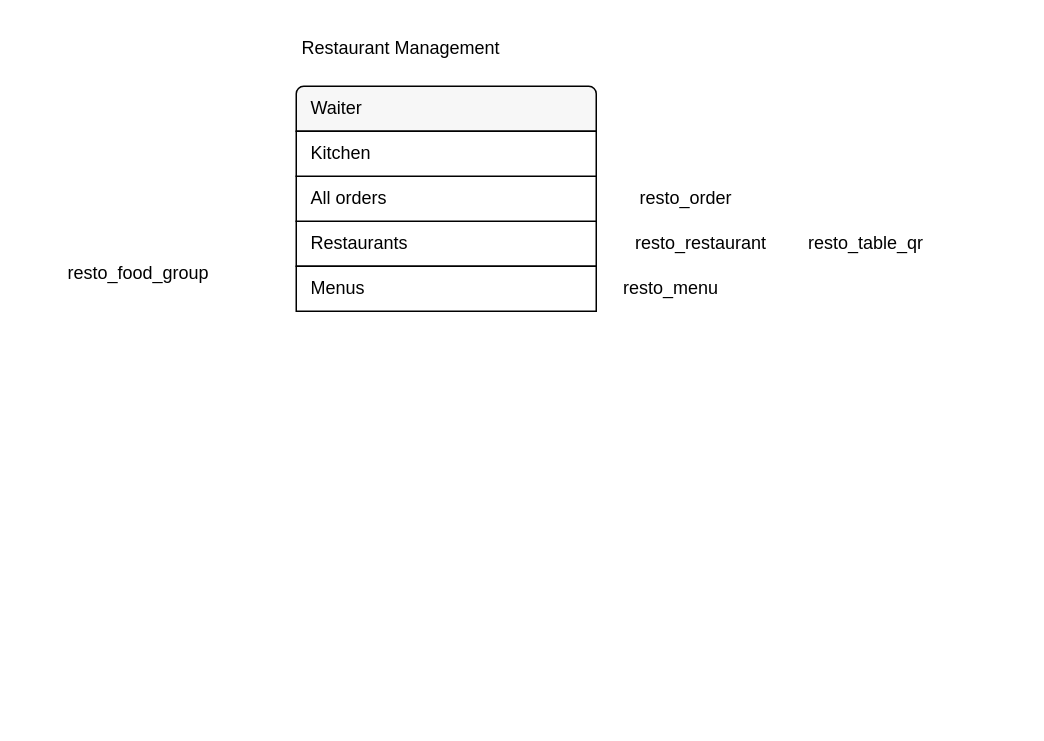
Before: page "Restaurant" (1 of 2) of restaurant_order.drawio in letrthang/design, a draw.io diagram. Source tidied: cells renumbered, new cells numbered last; positions are measured from the earlier drawing's top-left corner, leaving out a move shared by most shapes. Both pictures are drawn from the tidied source at 150%, with x=0, y=0 at pixel (26, 26).
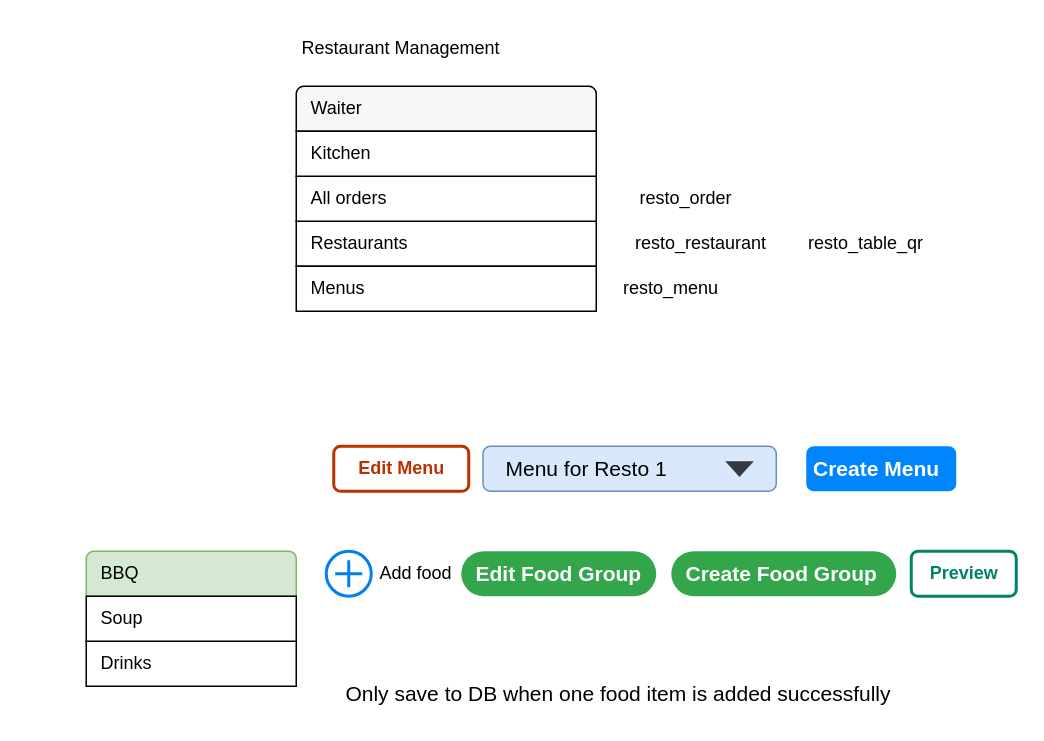
Above is the later version.

Diff of the diagram source:
```diff
@@
-    <mxCell id="8" value="resto_food_group" style="text;html=1;strokeColor=none;fillColor=none;align=center;verticalAlign=middle;whiteSpace=wrap;rounded=0;" parent="1" vertex="1">
-      <mxGeometry y="150" width="150" height="30" as="geometry" />
-    </mxCell>
@@
+    <mxCell id="13" value="Create Food Group" style="rounded=1;whiteSpace=wrap;html=1;arcSize=50;strokeColor=none;strokeWidth=1;fillColor=#33A64C;fontColor=#FFFFFF;whiteSpace=wrap;align=left;verticalAlign=middle;spacingLeft=0;fontStyle=1;fontSize=14;spacing=10;" parent="1" vertex="1">
+      <mxGeometry x="430" y="350" width="150" height="30" as="geometry" />
+    </mxCell>
+    <mxCell id="14" value="Create Menu" style="html=1;shadow=0;dashed=0;shape=mxgraph.bootstrap.rrect;rSize=5;strokeColor=none;strokeWidth=1;fillColor=#0085FC;fontColor=#FFFFFF;whiteSpace=wrap;align=left;verticalAlign=middle;spacingLeft=0;fontStyle=1;fontSize=14;spacing=5;" parent="1" vertex="1">
+      <mxGeometry x="520" y="280" width="100" height="30" as="geometry" />
+    </mxCell>
+    <mxCell id="15" value="Menu for Resto 1" style="html=1;shadow=0;dashed=0;shape=mxgraph.bootstrap.rrect;rSize=5;strokeColor=#6c8ebf;html=1;whiteSpace=wrap;fillColor=#dae8fc;align=left;spacing=15;fontSize=14;" parent="1" vertex="1">
+      <mxGeometry x="304.5" y="280" width="195.5" height="30" as="geometry" />
+    </mxCell>
+    <mxCell id="16" style="shape=triangle;direction=south;fillColor=#343A40;strokeColor=none;perimeter=none;" parent="15" vertex="1">
+      <mxGeometry x="1" y="0.5" width="19" height="10.5" relative="1" as="geometry">
+        <mxPoint x="-34" y="-5" as="offset" />
+      </mxGeometry>
+    </mxCell>
+    <mxCell id="17" value="BBQ" style="html=1;shadow=0;dashed=0;shape=mxgraph.bootstrap.topButton;strokeColor=#82b366;fillColor=#d5e8d4;rSize=5;perimeter=none;whiteSpace=wrap;align=left;spacing=10;" parent="1" vertex="1">
+      <mxGeometry x="40" y="350" width="140" height="30" as="geometry" />
+    </mxCell>
+    <mxCell id="18" value="Drinks" style="strokeColor=inherit;fillColor=inherit;gradientColor=inherit;fontColor=inherit;html=1;shadow=0;dashed=0;perimeter=none;whiteSpace=wrap;align=left;spacing=10;" parent="1" vertex="1">
+      <mxGeometry x="40" y="410" width="140" height="30" as="geometry" />
+    </mxCell>
+    <mxCell id="19" value="Soup" style="strokeColor=inherit;fillColor=inherit;gradientColor=inherit;fontColor=inherit;html=1;shadow=0;dashed=0;perimeter=none;whiteSpace=wrap;align=left;spacing=10;" parent="1" vertex="1">
+      <mxGeometry x="40" y="380" width="140" height="30" as="geometry" />
+    </mxCell>
+    <mxCell id="20" style="html=1;verticalLabelPosition=bottom;align=center;labelBackgroundColor=#ffffff;verticalAlign=top;strokeWidth=2;strokeColor=#0080F0;shadow=0;dashed=0;shape=mxgraph.ios7.icons.add;" parent="1" vertex="1">
+      <mxGeometry x="200" y="350" width="30" height="30" as="geometry" />
+    </mxCell>
+    <mxCell id="21" value="Add food" style="text;html=1;strokeColor=none;fillColor=none;align=center;verticalAlign=middle;whiteSpace=wrap;rounded=0;" parent="1" vertex="1">
+      <mxGeometry x="230" y="350" width="60" height="30" as="geometry" />
+    </mxCell>
+    <mxCell id="22" value="Edit Food Group" style="rounded=1;whiteSpace=wrap;html=1;arcSize=50;strokeColor=none;strokeWidth=1;fillColor=#33A64C;fontColor=#FFFFFF;whiteSpace=wrap;align=left;verticalAlign=middle;spacingLeft=0;fontStyle=1;fontSize=14;spacing=10;" parent="1" vertex="1">
+      <mxGeometry x="290" y="350" width="130" height="30" as="geometry" />
+    </mxCell>
+    <mxCell id="23" value="&lt;font style=&quot;font-size: 14px;&quot;&gt;Only save to DB when one food item is added successfully&lt;/font&gt;" style="text;html=1;strokeColor=none;fillColor=none;align=center;verticalAlign=middle;whiteSpace=wrap;rounded=0;" parent="1" vertex="1">
+      <mxGeometry x="210" y="430" width="370" height="30" as="geometry" />
+    </mxCell>
+    <mxCell id="24" value="Edit Menu" style="dashed=0;html=1;rounded=1;strokeColor=#BA3200;fontSize=12;align=center;fontStyle=1;strokeWidth=2;fontColor=#BA3200;" parent="1" vertex="1">
+      <mxGeometry x="205" y="280" width="90" height="30" as="geometry" />
+    </mxCell>
+    <mxCell id="25" value="Preview" style="dashed=0;html=1;rounded=1;strokeColor=#008364;fontSize=12;align=center;fontStyle=1;strokeWidth=2;fontColor=#008364;" parent="1" vertex="1">
+      <mxGeometry x="590" y="350" width="70" height="30" as="geometry" />
+    </mxCell>
```
